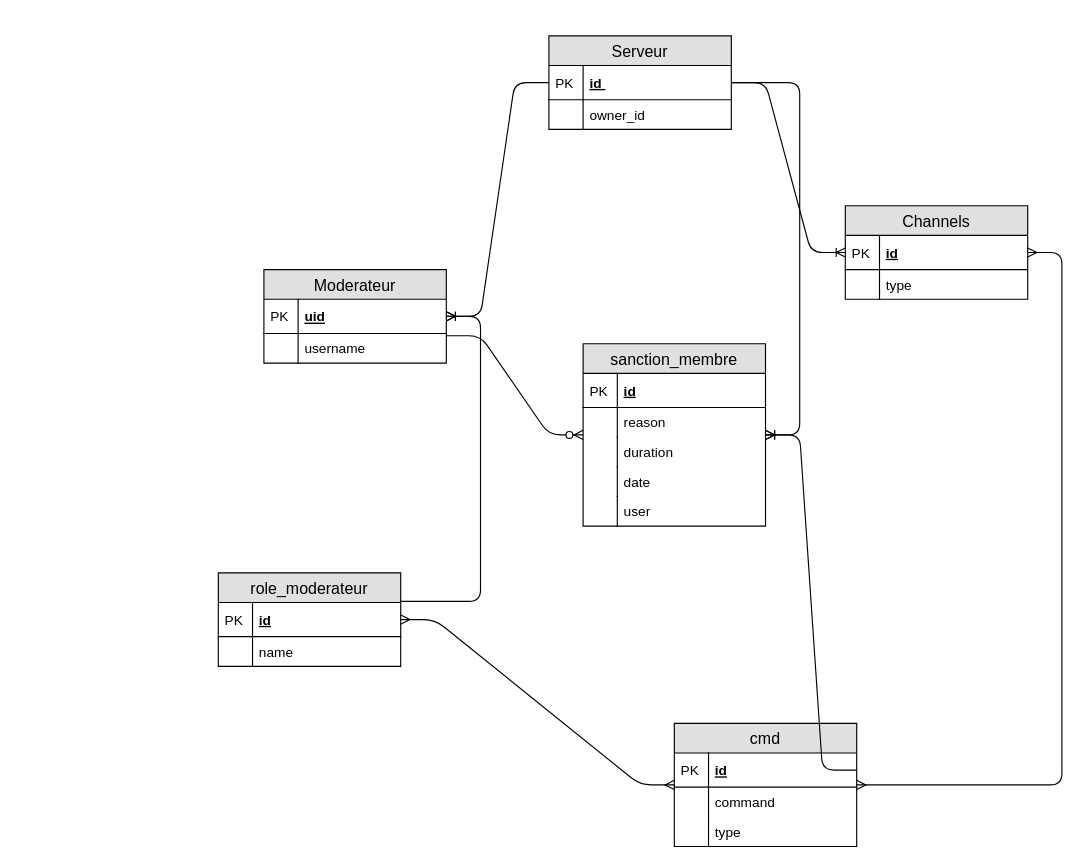
Before: doc/schema_associatif.drawio in RomainCtl/discord_project, a draw.io diagram. Source tidied: cells renumbered, new cells numbered last; positions are measured from the earlier drawing's top-left corner, leaving out a move shared by most shapes. Both pictures are drawn from the tidied source at 114%, with x=0, y=0 at pixel (218, 35).
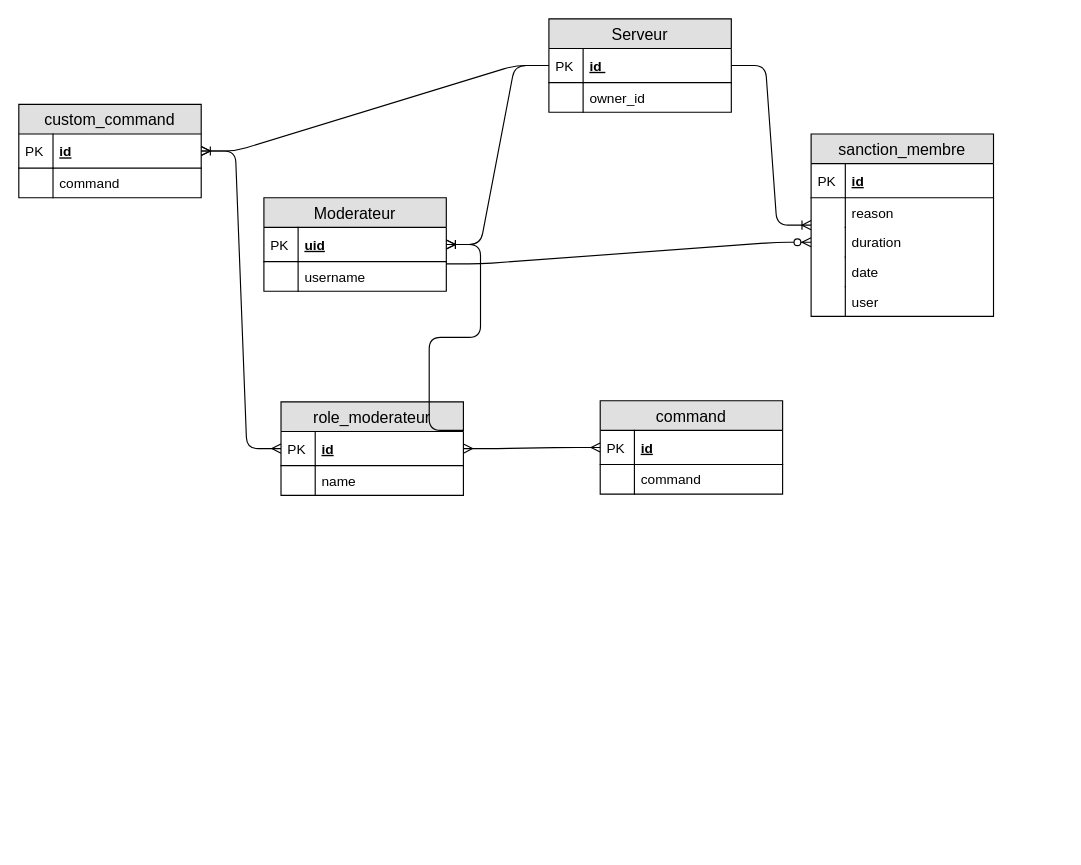
After the change.

The change refers to these unchanged cells:
```xml
<mxCell id="10" value="username" style="shape=partialRectangle;top=0;left=0;right=0;bottom=0;align=left;verticalAlign=top;fillColor=none;spacingLeft=34;spacingRight=4;overflow=hidden;points=[[0,0.5],[1,0.5]];portConstraint=eastwest;fontSize=12;strokeColor=#000000;fontColor=#000000;" parent="7" vertex="1">
  <mxGeometry y="56" width="160" height="26" as="geometry" />
</mxCell>
<mxCell id="25" value="id" style="shape=partialRectangle;top=0;left=0;right=0;bottom=1;align=left;verticalAlign=middle;fillColor=none;spacingLeft=34;spacingRight=4;overflow=hidden;points=[[0,0.5],[1,0.5]];portConstraint=eastwest;fontStyle=5;fontSize=12;fontColor=#000000;strokeColor=#000000;" parent="24" vertex="1">
  <mxGeometry y="26" width="160" height="30" as="geometry" />
</mxCell>
<mxCell id="37" value="duration" style="shape=partialRectangle;top=0;left=0;right=0;bottom=0;align=left;verticalAlign=top;fillColor=none;spacingLeft=34;spacingRight=4;overflow=hidden;points=[[0,0.5],[1,0.5]];portConstraint=eastwest;fontSize=12;fontColor=#000000;strokeColor=#000000;" parent="32" vertex="1">
  <mxGeometry y="82" width="160" height="26" as="geometry" />
</mxCell>
```

Change to the diagram source:
```diff
@@
     <mxCell id="2" value="Serveur" style="swimlane;fontStyle=0;horizontal=1;startSize=26;fillColor=#e0e0e0;swimlaneFillColor=#ffffff;align=center;fontSize=14;fontColor=#000000;strokeColor=#000000;" parent="1" vertex="1">
-      <mxGeometry x="290" width="160" height="82" as="geometry" />
+      <mxGeometry x="290" y="-15" width="160" height="82" as="geometry" />
     </mxCell>
@@
     <mxCell id="7" value="Moderateur" style="swimlane;fontStyle=0;horizontal=1;startSize=26;fillColor=#e0e0e0;swimlaneFillColor=#ffffff;align=center;fontSize=14;strokeColor=#000000;fontColor=#000000;" parent="1" vertex="1">
-      <mxGeometry x="40" y="205" width="160" height="82" as="geometry" />
+      <mxGeometry x="40" y="142" width="160" height="82" as="geometry" />
     </mxCell>
@@
-    <mxCell id="12" value="Channels" style="swimlane;fontStyle=0;horizontal=1;startSize=26;fillColor=#e0e0e0;swimlaneFillColor=#ffffff;align=center;fontSize=14;strokeColor=#000000;fontColor=#000000;" parent="1" vertex="1">
-      <mxGeometry x="550" y="149" width="160" height="82" as="geometry" />
-    </mxCell>
-    <mxCell id="13" value="id" style="shape=partialRectangle;top=0;left=0;right=0;bottom=1;align=left;verticalAlign=middle;fillColor=none;spacingLeft=34;spacingRight=4;overflow=hidden;fontStyle=5;fontSize=12;fontColor=#000000;strokeColor=#000000;" parent="12" vertex="1">
-      <mxGeometry y="26" width="160" height="30" as="geometry" />
-    </mxCell>
-    <mxCell id="14" value="PK" style="shape=partialRectangle;top=0;left=0;bottom=0;fillColor=none;align=left;verticalAlign=middle;spacingLeft=4;spacingRight=4;overflow=hidden;fontSize=12;fontColor=#000000;strokeColor=#000000;" parent="13" vertex="1">
-      <mxGeometry width="30" height="30" as="geometry" />
-    </mxCell>
-    <mxCell id="15" value="type" style="shape=partialRectangle;top=0;left=0;right=0;bottom=0;align=left;verticalAlign=top;fillColor=none;spacingLeft=34;spacingRight=4;overflow=hidden;fontSize=12;fontColor=#000000;strokeColor=#000000;" parent="12" vertex="1">
-      <mxGeometry y="56" width="160" height="26" as="geometry" />
-    </mxCell>
-    <mxCell id="16" style="shape=partialRectangle;top=0;left=0;bottom=0;fillColor=none;align=left;verticalAlign=top;spacingLeft=4;spacingRight=4;overflow=hidden;fontSize=12;fontColor=#000000;strokeColor=#000000;" parent="15" vertex="1">
-      <mxGeometry width="30" height="26" as="geometry" />
-    </mxCell>
-    <mxCell id="17" style="edgeStyle=entityRelationEdgeStyle;fontSize=12;html=1;endArrow=ERoneToMany;strokeColor=#000000;fontColor=#000000;" parent="1" edge="1" source="2" target="12">
-      <mxGeometry relative="1" as="geometry" />
-    </mxCell>
@@
     <mxCell id="19" value="role_moderateur" style="swimlane;fontStyle=0;horizontal=1;startSize=26;fillColor=#e0e0e0;swimlaneFillColor=#ffffff;align=center;fontSize=14;strokeColor=#000000;fontColor=#000000;" parent="1" vertex="1">
-      <mxGeometry y="471" width="160" height="82" as="geometry" />
+      <mxGeometry x="55" y="321" width="160" height="82" as="geometry" />
     </mxCell>
@@
-    <mxCell id="24" value="cmd" style="swimlane;fontStyle=0;horizontal=1;startSize=26;fillColor=#e0e0e0;swimlaneFillColor=#ffffff;align=center;fontSize=14;strokeColor=#000000;fontColor=#000000;" parent="1" vertex="1">
-      <mxGeometry x="400" y="603" width="160" height="108" as="geometry" />
+    <mxCell id="24" value="command" style="swimlane;fontStyle=0;horizontal=1;startSize=26;fillColor=#e0e0e0;swimlaneFillColor=#ffffff;align=center;fontSize=14;strokeColor=#000000;fontColor=#000000;" parent="1" vertex="1">
+      <mxGeometry x="335" y="320" width="160" height="82" as="geometry" />
     </mxCell>
@@
-    <mxCell id="29" value="type" style="shape=partialRectangle;top=0;left=0;right=0;bottom=0;align=left;verticalAlign=top;fillColor=none;spacingLeft=34;spacingRight=4;overflow=hidden;fontSize=12;fontColor=#000000;strokeColor=#000000;" parent="24" vertex="1">
-      <mxGeometry y="82" width="160" height="26" as="geometry" />
-    </mxCell>
-    <mxCell id="30" style="shape=partialRectangle;top=0;left=0;bottom=0;fillColor=none;align=left;verticalAlign=top;spacingLeft=4;spacingRight=4;overflow=hidden;fontSize=12;fontColor=#000000;strokeColor=#000000;" parent="29" vertex="1">
-      <mxGeometry width="30" height="26" as="geometry" />
-    </mxCell>
@@
     <mxCell id="32" value="sanction_membre" style="swimlane;fontStyle=0;horizontal=1;startSize=26;fillColor=#e0e0e0;swimlaneFillColor=#ffffff;align=center;fontSize=14;strokeColor=#000000;fontColor=#000000;" parent="1" vertex="1">
-      <mxGeometry x="320" y="270" width="160" height="160" as="geometry" />
+      <mxGeometry x="520" y="86" width="160" height="160" as="geometry" />
     </mxCell>
@@
-    <mxCell id="43" style="edgeStyle=entityRelationEdgeStyle;fontSize=12;html=1;endArrow=ERoneToMany;strokeColor=#000000;exitX=1;exitY=0.5;exitDx=0;exitDy=0;" parent="1" edge="1" source="25" target="32">
-      <mxGeometry relative="1" as="geometry" />
-    </mxCell>
-    <mxCell id="44" style="edgeStyle=entityRelationEdgeStyle;fontSize=12;html=1;endArrow=ERzeroToMany;endFill=1;strokeColor=#000000;exitX=1;exitY=0.077;exitDx=0;exitDy=0;exitPerimeter=0;" parent="1" edge="1" source="10" target="32">
+    <mxCell id="44" style="edgeStyle=entityRelationEdgeStyle;fontSize=12;html=1;endArrow=ERzeroToMany;endFill=1;strokeColor=#000000;exitX=1;exitY=0.077;exitDx=0;exitDy=0;exitPerimeter=0;" parent="1" edge="1" source="10" target="37">
       <mxGeometry relative="1" as="geometry" />
     </mxCell>
-    <mxCell id="45" style="edgeStyle=entityRelationEdgeStyle;fontSize=12;html=1;endArrow=ERmany;startArrow=ERmany;" parent="1" edge="1" source="24" target="19">
+    <mxCell id="45" style="edgeStyle=entityRelationEdgeStyle;fontSize=12;html=1;endArrow=ERmany;startArrow=ERmany;strokeColor=#000000;" parent="1" edge="1" source="24" target="19">
       <mxGeometry relative="1" as="geometry" />
     </mxCell>
-    <mxCell id="46" style="edgeStyle=entityRelationEdgeStyle;fontSize=12;html=1;endArrow=ERmany;startArrow=ERmany;" parent="1" edge="1" source="24" target="12">
-      <mxGeometry relative="1" as="geometry" />
-    </mxCell>
-    <mxCell id="47" style="edgeStyle=entityRelationEdgeStyle;fontSize=12;html=1;endArrow=ERoneToMany;" parent="1" edge="1" source="2" target="32">
+    <mxCell id="47" style="edgeStyle=entityRelationEdgeStyle;fontSize=12;html=1;endArrow=ERoneToMany;strokeColor=#000000;" parent="1" edge="1" source="2" target="32">
       <mxGeometry relative="1" as="geometry" />
     </mxCell>
+    <mxCell id="48" value="custom_command" style="swimlane;fontStyle=0;horizontal=1;startSize=26;fillColor=#e0e0e0;swimlaneFillColor=#ffffff;align=center;fontSize=14;strokeColor=#000000;fontColor=#000000;" parent="1" vertex="1">
+      <mxGeometry x="-175" y="60" width="160" height="82" as="geometry" />
+    </mxCell>
+    <mxCell id="13" value="id" style="shape=partialRectangle;top=0;left=0;right=0;bottom=1;align=left;verticalAlign=middle;fillColor=none;spacingLeft=34;spacingRight=4;overflow=hidden;fontStyle=5;fontSize=12;fontColor=#000000;strokeColor=#000000;" parent="48" vertex="1">
+      <mxGeometry y="26" width="160" height="30" as="geometry" />
+    </mxCell>
+    <mxCell id="14" value="PK" style="shape=partialRectangle;top=0;left=0;bottom=0;fillColor=none;align=left;verticalAlign=middle;spacingLeft=4;spacingRight=4;overflow=hidden;fontSize=12;fontColor=#000000;strokeColor=#000000;" parent="13" vertex="1">
+      <mxGeometry width="30" height="30" as="geometry" />
+    </mxCell>
+    <mxCell id="49" value="command" style="shape=partialRectangle;top=0;left=0;right=0;bottom=0;align=left;verticalAlign=top;fillColor=none;spacingLeft=34;spacingRight=4;overflow=hidden;fontSize=12;fontColor=#000000;strokeColor=#000000;" parent="48" vertex="1">
+      <mxGeometry y="56" width="160" height="26" as="geometry" />
+    </mxCell>
+    <mxCell id="50" style="shape=partialRectangle;top=0;left=0;bottom=0;fillColor=none;align=left;verticalAlign=top;spacingLeft=4;spacingRight=4;overflow=hidden;fontSize=12;fontColor=#000000;strokeColor=#000000;" parent="49" vertex="1">
+      <mxGeometry width="30" height="26" as="geometry" />
+    </mxCell>
+    <mxCell id="51" style="edgeStyle=entityRelationEdgeStyle;fontSize=12;html=1;endArrow=ERoneToMany;strokeColor=#000000;" parent="1" edge="1" source="2" target="48">
+      <mxGeometry relative="1" as="geometry" />
+    </mxCell>
+    <mxCell id="52" style="edgeStyle=entityRelationEdgeStyle;fontSize=12;html=1;endArrow=ERmany;startArrow=ERmany;strokeColor=#000000;" parent="1" edge="1" source="19" target="48">
+      <mxGeometry relative="1" as="geometry" />
+    </mxCell>
```
